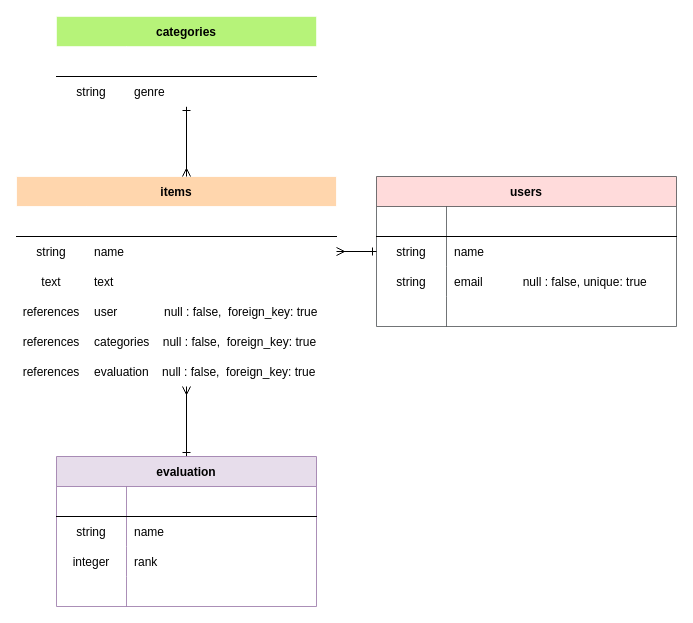
shigeruhanafusa/game_review keeps this draw.io diagram as game_review.dio. Above is the earlier version. Source tidied: cells renumbered, new cells numbered last; positions are measured from the earlier drawing's top-left corner, leaving out a move shared by most shapes. Both pictures are drawn from the tidied source at 100%, with x=0, y=0 at pixel (16, 16).
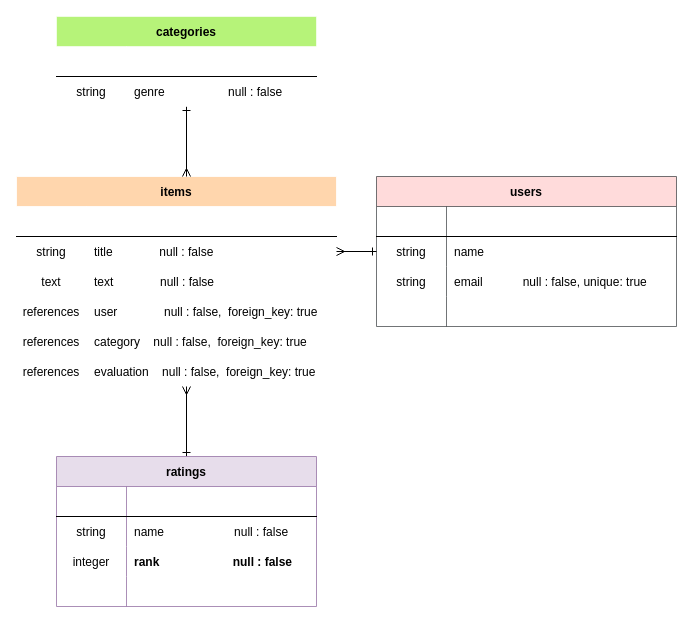
After the change.

The change refers to these unchanged cells:
```xml
<mxCell id="6" style="shape=partialRectangle;fillColor=none;top=0;left=0;bottom=0;right=0;points=[[0,0.5],[1,0.5]];portConstraint=eastwest;" parent="2" vertex="1">
  <mxGeometry y="60" width="320" height="30" as="geometry" />
</mxCell>
<mxCell id="9" style="shape=partialRectangle;fillColor=none;top=0;left=0;bottom=0;right=0;" parent="2" vertex="1">
  <mxGeometry y="90" width="320" height="30" as="geometry" />
</mxCell>
<mxCell id="15" style="shape=partialRectangle;fillColor=none;top=0;left=0;bottom=0;right=0;" parent="2" vertex="1">
  <mxGeometry y="150" width="320" height="30" as="geometry" />
</mxCell>
<mxCell id="39" style="shape=partialRectangle;fillColor=none;top=0;left=0;bottom=0;right=0;" parent="35" vertex="1">
  <mxGeometry y="60" width="260" height="30" as="geometry" />
</mxCell>
<mxCell id="47" style="shape=partialRectangle;fillColor=none;top=0;left=0;bottom=0;right=0;" parent="43" vertex="1">
  <mxGeometry y="60" width="260" height="30" as="geometry" />
</mxCell>
<mxCell id="50" style="shape=partialRectangle;fillColor=none;top=0;left=0;bottom=0;right=0;" parent="43" vertex="1">
  <mxGeometry y="90" width="260" height="30" as="geometry" />
</mxCell>
```

What changed in the source:
```diff
@@
-    <mxCell id="8" value="name" style="shape=partialRectangle;fillColor=none;top=0;left=0;bottom=0;right=0;align=left;spacingLeft=6;overflow=hidden;" parent="6" vertex="1">
+    <mxCell id="8" value="title              null : false" style="shape=partialRectangle;fillColor=none;top=0;left=0;bottom=0;right=0;align=left;spacingLeft=6;overflow=hidden;" parent="6" vertex="1">
       <mxGeometry x="70" width="250" height="30" as="geometry" />
     </mxCell>
@@
-    <mxCell id="11" value="text" style="shape=partialRectangle;fillColor=none;top=0;left=0;bottom=0;right=0;align=left;spacingLeft=6;overflow=hidden;" parent="9" vertex="1">
+    <mxCell id="11" value="text              null : false" style="shape=partialRectangle;fillColor=none;top=0;left=0;bottom=0;right=0;align=left;spacingLeft=6;overflow=hidden;" parent="9" vertex="1">
       <mxGeometry x="70" width="250" height="30" as="geometry" />
     </mxCell>
@@
-    <mxCell id="17" value="categories    null : false,  foreign_key: true" style="shape=partialRectangle;fillColor=none;top=0;left=0;bottom=0;right=0;align=left;spacingLeft=6;fontStyle=0;overflow=hidden;" parent="15" vertex="1">
+    <mxCell id="17" value="category    null : false,  foreign_key: true" style="shape=partialRectangle;fillColor=none;top=0;left=0;bottom=0;right=0;align=left;spacingLeft=6;fontStyle=0;overflow=hidden;" parent="15" vertex="1">
       <mxGeometry x="70" width="250" height="30" as="geometry" />
     </mxCell>
@@
-    <mxCell id="41" value="genre" style="shape=partialRectangle;fillColor=none;top=0;left=0;bottom=0;right=0;align=left;spacingLeft=6;overflow=hidden;" parent="39" vertex="1">
+    <mxCell id="41" value="genre                   null : false" style="shape=partialRectangle;fillColor=none;top=0;left=0;bottom=0;right=0;align=left;spacingLeft=6;overflow=hidden;" parent="39" vertex="1">
       <mxGeometry x="70" width="190" height="30" as="geometry" />
     </mxCell>
@@
-    <mxCell id="43" value="evaluation" style="shape=table;startSize=30;childLayout=tableLayout;rowLines=0;fontStyle=1;align=center;fillColor=#e1d5e7;strokeColor=#9673a6;opacity=80;fontColor=#000000;" parent="1" vertex="1">
+    <mxCell id="43" value="ratings" style="shape=table;startSize=30;childLayout=tableLayout;rowLines=0;fontStyle=1;align=center;fillColor=#e1d5e7;strokeColor=#9673a6;opacity=80;fontColor=#000000;" parent="1" vertex="1">
       <mxGeometry x="40" y="440" width="260" height="150" as="geometry" />
     </mxCell>
@@
-    <mxCell id="49" value="name" style="shape=partialRectangle;fillColor=none;top=0;left=0;bottom=0;right=0;align=left;spacingLeft=6;overflow=hidden;" parent="47" vertex="1">
+    <mxCell id="49" value="name                     null : false" style="shape=partialRectangle;fillColor=none;top=0;left=0;bottom=0;right=0;align=left;spacingLeft=6;overflow=hidden;" parent="47" vertex="1">
       <mxGeometry x="70" width="190" height="30" as="geometry" />
     </mxCell>
@@
-    <mxCell id="52" value="rank" style="shape=partialRectangle;fillColor=none;top=0;left=0;bottom=0;right=0;align=left;spacingLeft=6;overflow=hidden;" parent="50" vertex="1">
+    <mxCell id="52" value="rank                      null : false" style="shape=partialRectangle;fillColor=none;top=0;left=0;bottom=0;right=0;align=left;spacingLeft=6;overflow=hidden;fontStyle=1;" parent="50" vertex="1">
       <mxGeometry x="70" width="190" height="30" as="geometry" />
     </mxCell>
```
